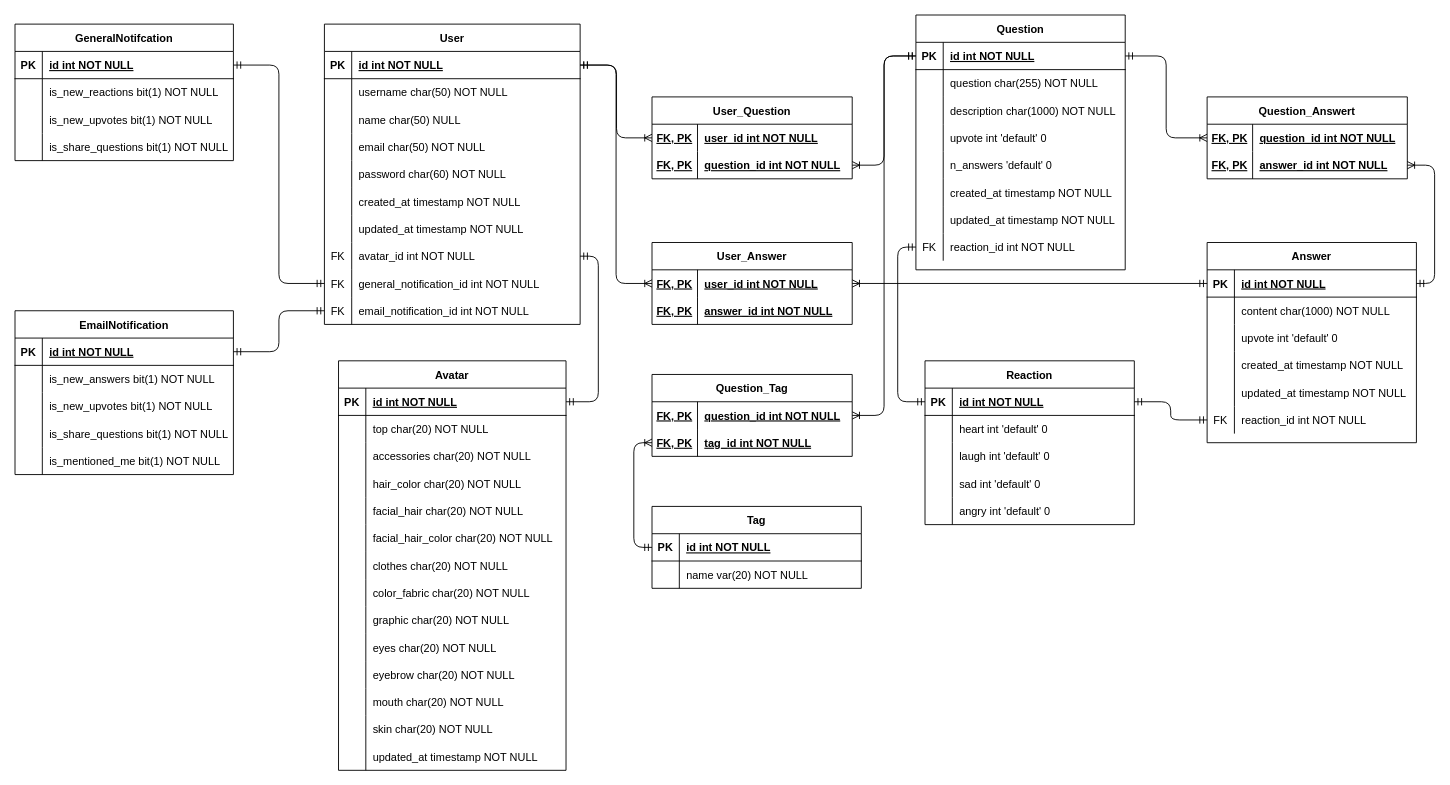
Before: design/back-end/AnonyDatabase.drawio in namvnngu/questions-anony, a draw.io diagram. Source tidied: cells renumbered, new cells numbered last; positions are measured from the earlier drawing's top-left corner, leaving out a move shared by most shapes. Both pictures are drawn from the tidied source at 91%, with x=0, y=0 at pixel (15, 15).
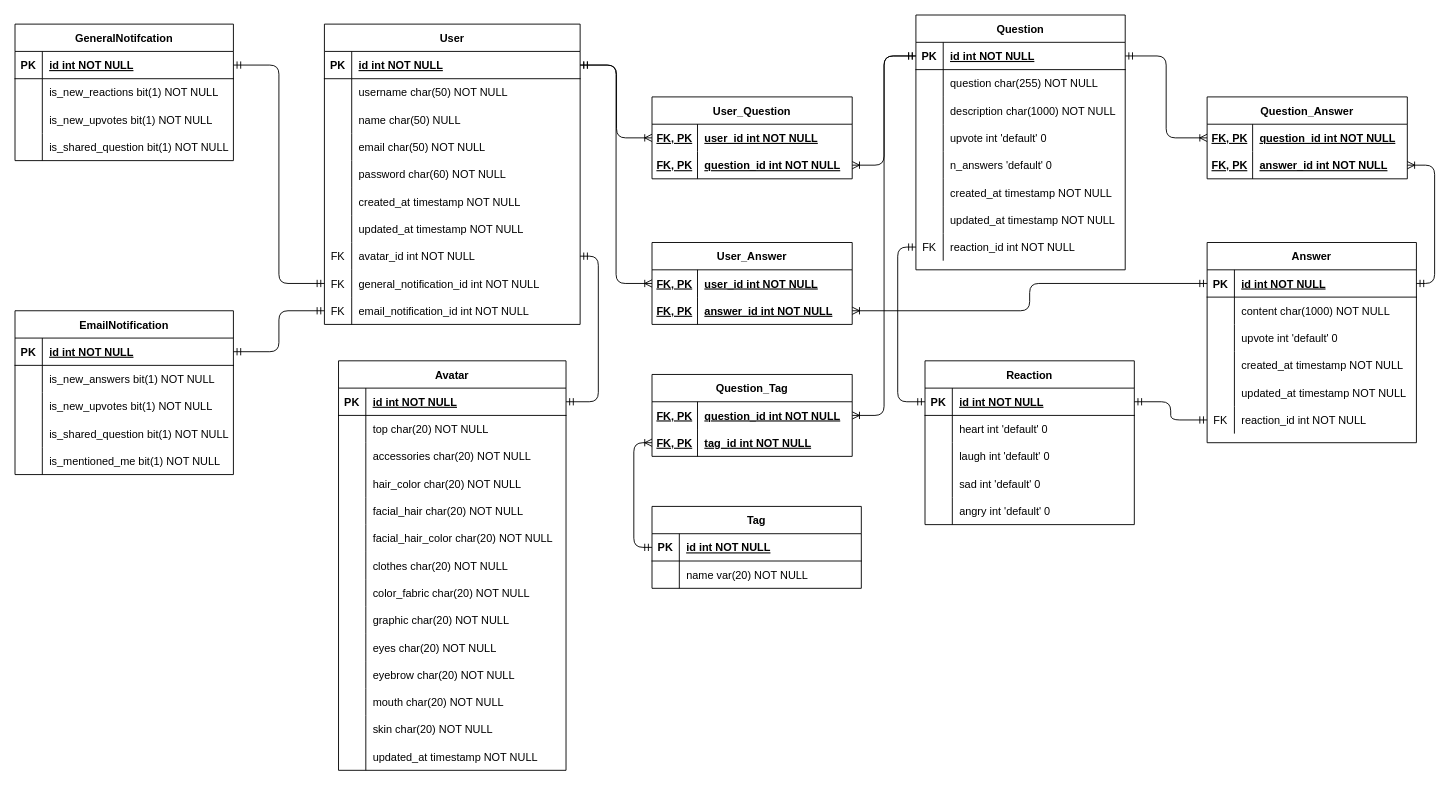
After the change.

The change refers to these unchanged cells:
```xml
<mxCell id="137" style="shape=partialRectangle;fillColor=none;points=[[0,0.5],[1,0.5]];portConstraint=eastwest;top=0;left=0;right=0;bottom=1;" parent="136" vertex="1">
  <mxGeometry y="30" width="230" height="30" as="geometry" />
</mxCell>
<mxCell id="158" style="shape=partialRectangle;fillColor=none;points=[[0,0.5],[1,0.5]];portConstraint=eastwest;top=0;left=0;right=0;bottom=0;" parent="157" vertex="1">
  <mxGeometry y="30" width="220" height="30" as="geometry" />
</mxCell>
<mxCell id="161" style="shape=partialRectangle;fillColor=none;points=[[0,0.5],[1,0.5]];portConstraint=eastwest;top=0;left=0;right=0;bottom=0;" parent="157" vertex="1">
  <mxGeometry y="60" width="220" height="30" as="geometry" />
</mxCell>
<mxCell id="174" style="shape=partialRectangle;fillColor=none;top=0;left=0;right=0;bottom=0;" parent="164" vertex="1">
  <mxGeometry y="120" width="240" height="30" as="geometry" />
</mxCell>
<mxCell id="188" style="shape=partialRectangle;fillColor=none;top=0;left=0;right=0;bottom=0;" parent="178" vertex="1">
  <mxGeometry y="120" width="240" height="30" as="geometry" />
</mxCell>
```

The edit, as a diff of the source:
```diff
@@
-    <mxCell id="128" value="Question_Answert" style="shape=table;startSize=30;childLayout=tableLayout;rowLines=0;fontStyle=1;align=center;" parent="1" vertex="1">
+    <mxCell id="128" value="Question_Answer" style="shape=table;startSize=30;childLayout=tableLayout;rowLines=0;fontStyle=1;align=center;" parent="1" vertex="1">
       <mxGeometry x="1310" y="90" width="220" height="90" as="geometry" />
     </mxCell>
@@
-    <mxCell id="176" value="is_share_questions bit(1) NOT NULL" style="shape=partialRectangle;overflow=hidden;fillColor=none;top=0;left=0;bottom=0;right=0;align=left;spacingLeft=6;" parent="174" vertex="1">
+    <mxCell id="176" value="is_shared_question bit(1) NOT NULL" style="shape=partialRectangle;overflow=hidden;fillColor=none;top=0;left=0;bottom=0;right=0;align=left;spacingLeft=6;" parent="174" vertex="1">
       <mxGeometry x="30" width="210" height="30" as="geometry" />
     </mxCell>
@@
-    <mxCell id="190" value="is_share_questions bit(1) NOT NULL" style="shape=partialRectangle;overflow=hidden;fillColor=none;top=0;left=0;bottom=0;right=0;align=left;spacingLeft=6;" parent="188" vertex="1">
+    <mxCell id="190" value="is_shared_question bit(1) NOT NULL" style="shape=partialRectangle;overflow=hidden;fillColor=none;top=0;left=0;bottom=0;right=0;align=left;spacingLeft=6;" parent="188" vertex="1">
       <mxGeometry x="30" width="210" height="30" as="geometry" />
     </mxCell>
@@
-    <mxCell id="212" style="edgeStyle=orthogonalEdgeStyle;rounded=1;jettySize=auto;html=1;exitX=1;exitY=0.5;exitDx=0;exitDy=0;entryX=0;entryY=0.5;entryDx=0;entryDy=0;startArrow=ERoneToMany;startFill=0;endArrow=ERmandOne;endFill=0;strokeColor=#000000;" parent="1" edge="1" source="158" target="137">
+    <mxCell id="212" style="edgeStyle=orthogonalEdgeStyle;rounded=1;jettySize=auto;html=1;exitX=1;exitY=0.5;exitDx=0;exitDy=0;entryX=0;entryY=0.5;entryDx=0;entryDy=0;startArrow=ERoneToMany;startFill=0;endArrow=ERmandOne;endFill=0;strokeColor=#000000;" parent="1" edge="1" source="161" target="137">
       <mxGeometry relative="1" as="geometry" />
     </mxCell>
```
